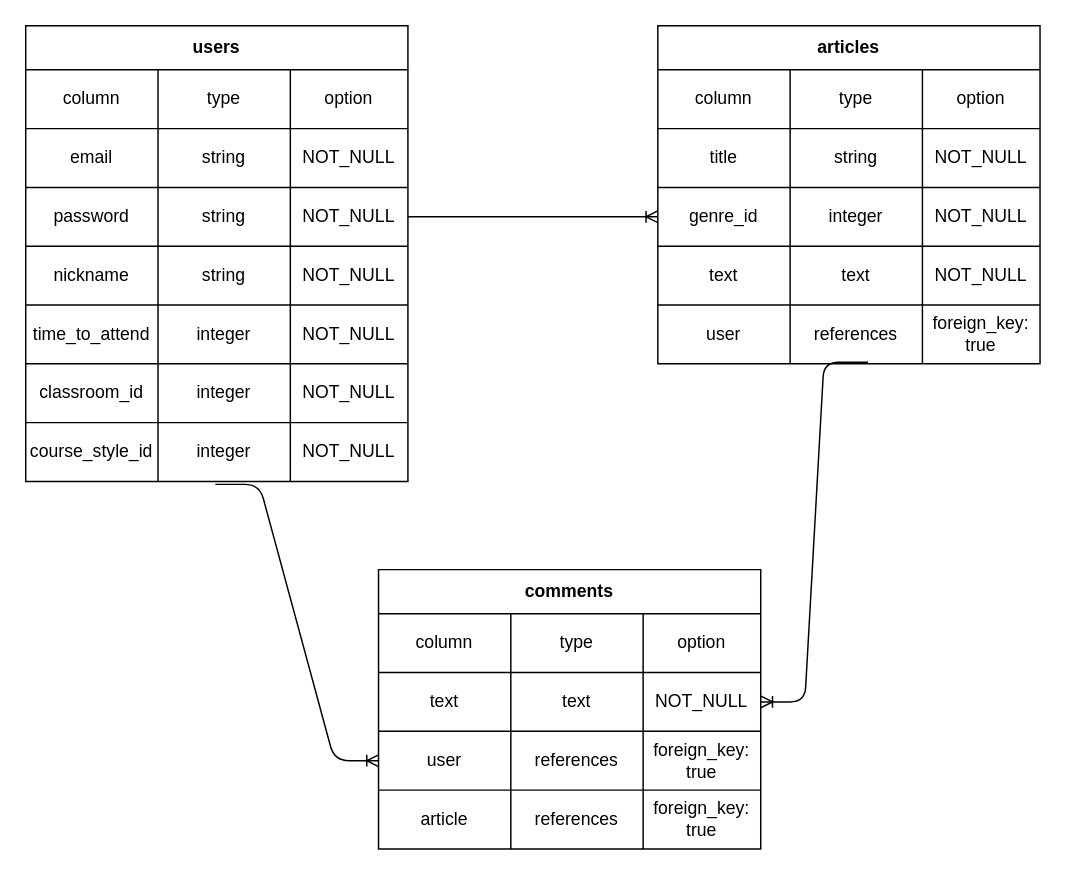
The draw.io diagram ER.dio in TAKAE1117/techcamp-community-app, before the edit. Source tidied: cells renumbered, new cells numbered last; positions are measured from the earlier drawing's top-left corner, leaving out a move shared by most shapes. Both pictures are drawn from the tidied source at 147%, with x=0, y=0 at pixel (25, 25).
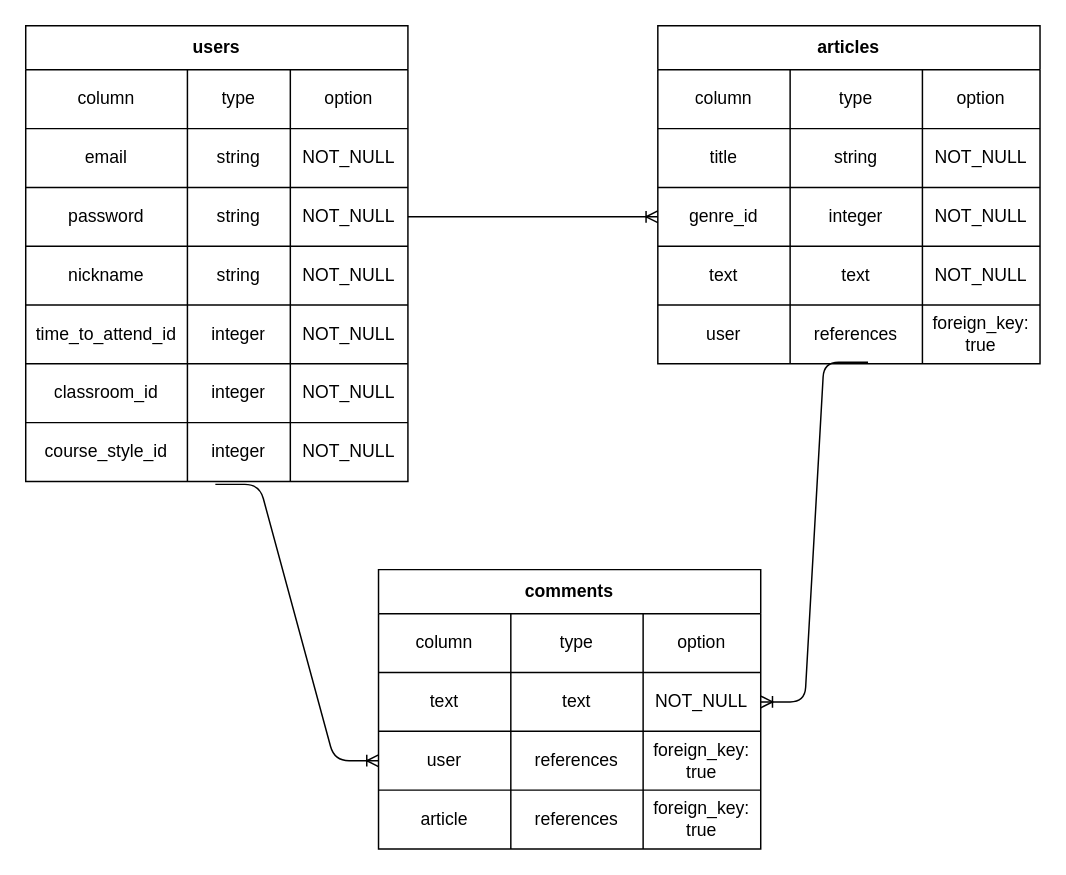
After the change.

The change refers to these unchanged cells:
```xml
<mxCell id="24" style="shape=partialRectangle;html=1;whiteSpace=wrap;fillColor=none;top=0;left=0;bottom=0;right=0;" parent="23" vertex="1">
  <mxGeometry y="30" width="260" height="40" as="geometry" />
</mxCell>
<mxCell id="28" style="shape=partialRectangle;html=1;whiteSpace=wrap;fillColor=none;top=0;left=0;bottom=0;right=0;" parent="23" vertex="1">
  <mxGeometry y="70" width="260" height="40" as="geometry" />
</mxCell>
<mxCell id="32" style="shape=partialRectangle;html=1;whiteSpace=wrap;fillColor=none;top=0;left=0;bottom=0;right=0;points=[[0,0.5],[1,0.5]];portConstraint=eastwest;" parent="23" vertex="1">
  <mxGeometry y="110" width="260" height="40" as="geometry" />
</mxCell>
<mxCell id="36" style="shape=partialRectangle;html=1;whiteSpace=wrap;fillColor=none;top=0;left=0;bottom=0;right=0;" parent="23" vertex="1">
  <mxGeometry y="150" width="260" height="40" as="geometry" />
</mxCell>
<mxCell id="40" style="shape=partialRectangle;html=1;whiteSpace=wrap;fillColor=none;top=0;left=0;bottom=0;right=0;" parent="23" vertex="1">
  <mxGeometry y="190" width="260" height="40" as="geometry" />
</mxCell>
<mxCell id="44" style="shape=partialRectangle;html=1;whiteSpace=wrap;fillColor=none;top=0;left=0;bottom=0;right=0;" parent="23" vertex="1">
  <mxGeometry y="230" width="260" height="40" as="geometry" />
</mxCell>
<mxCell id="48" style="shape=partialRectangle;html=1;whiteSpace=wrap;fillColor=none;top=0;left=0;bottom=0;right=0;" parent="23" vertex="1">
  <mxGeometry y="270" width="260" height="40" as="geometry" />
</mxCell>
```

Diff of the diagram source:
```diff
@@
     <mxCell id="25" value="column" style="shape=partialRectangle;html=1;whiteSpace=wrap;fillColor=none;top=0;left=0;bottom=0;right=0;overflow=hidden;" parent="24" vertex="1">
-      <mxGeometry width="90" height="40" as="geometry" />
+      <mxGeometry width="110" height="40" as="geometry" />
     </mxCell>
     <mxCell id="26" value="type" style="shape=partialRectangle;html=1;whiteSpace=wrap;fillColor=none;top=0;left=0;bottom=0;right=0;overflow=hidden;" parent="24" vertex="1">
-      <mxGeometry x="90" width="90" height="40" as="geometry" />
+      <mxGeometry x="110" width="70" height="40" as="geometry" />
     </mxCell>
@@
     <mxCell id="29" value="email" style="shape=partialRectangle;html=1;whiteSpace=wrap;fillColor=none;top=0;left=0;bottom=0;right=0;overflow=hidden;" parent="28" vertex="1">
-      <mxGeometry width="90" height="40" as="geometry" />
+      <mxGeometry width="110" height="40" as="geometry" />
     </mxCell>
     <mxCell id="30" value="string" style="shape=partialRectangle;html=1;whiteSpace=wrap;fillColor=none;top=0;left=0;bottom=0;right=0;overflow=hidden;" parent="28" vertex="1">
-      <mxGeometry x="90" width="90" height="40" as="geometry" />
+      <mxGeometry x="110" width="70" height="40" as="geometry" />
     </mxCell>
@@
     <mxCell id="33" value="password" style="shape=partialRectangle;html=1;whiteSpace=wrap;fillColor=none;top=0;left=0;bottom=0;right=0;overflow=hidden;" parent="32" vertex="1">
-      <mxGeometry width="90" height="40" as="geometry" />
+      <mxGeometry width="110" height="40" as="geometry" />
     </mxCell>
     <mxCell id="34" value="string" style="shape=partialRectangle;html=1;whiteSpace=wrap;fillColor=none;top=0;left=0;bottom=0;right=0;overflow=hidden;" parent="32" vertex="1">
-      <mxGeometry x="90" width="90" height="40" as="geometry" />
+      <mxGeometry x="110" width="70" height="40" as="geometry" />
     </mxCell>
@@
     <mxCell id="37" value="nickname" style="shape=partialRectangle;html=1;whiteSpace=wrap;fillColor=none;top=0;left=0;bottom=0;right=0;overflow=hidden;" parent="36" vertex="1">
-      <mxGeometry width="90" height="40" as="geometry" />
+      <mxGeometry width="110" height="40" as="geometry" />
     </mxCell>
     <mxCell id="38" value="string" style="shape=partialRectangle;html=1;whiteSpace=wrap;fillColor=none;top=0;left=0;bottom=0;right=0;overflow=hidden;" parent="36" vertex="1">
-      <mxGeometry x="90" width="90" height="40" as="geometry" />
+      <mxGeometry x="110" width="70" height="40" as="geometry" />
     </mxCell>
@@
-    <mxCell id="41" value="time_to_attend" style="shape=partialRectangle;html=1;whiteSpace=wrap;fillColor=none;top=0;left=0;bottom=0;right=0;overflow=hidden;" parent="40" vertex="1">
-      <mxGeometry width="90" height="40" as="geometry" />
+    <mxCell id="41" value="time_to_attend_id" style="shape=partialRectangle;html=1;whiteSpace=wrap;fillColor=none;top=0;left=0;bottom=0;right=0;overflow=hidden;" parent="40" vertex="1">
+      <mxGeometry width="110" height="40" as="geometry" />
     </mxCell>
     <mxCell id="42" value="integer" style="shape=partialRectangle;html=1;whiteSpace=wrap;fillColor=none;top=0;left=0;bottom=0;right=0;overflow=hidden;" parent="40" vertex="1">
-      <mxGeometry x="90" width="90" height="40" as="geometry" />
+      <mxGeometry x="110" width="70" height="40" as="geometry" />
     </mxCell>
@@
     <mxCell id="45" value="classroom_id" style="shape=partialRectangle;html=1;whiteSpace=wrap;fillColor=none;top=0;left=0;bottom=0;right=0;overflow=hidden;" parent="44" vertex="1">
-      <mxGeometry width="90" height="40" as="geometry" />
+      <mxGeometry width="110" height="40" as="geometry" />
     </mxCell>
     <mxCell id="46" value="integer" style="shape=partialRectangle;html=1;whiteSpace=wrap;fillColor=none;top=0;left=0;bottom=0;right=0;overflow=hidden;" parent="44" vertex="1">
-      <mxGeometry x="90" width="90" height="40" as="geometry" />
+      <mxGeometry x="110" width="70" height="40" as="geometry" />
     </mxCell>
@@
     <mxCell id="49" value="course_style_id" style="shape=partialRectangle;html=1;whiteSpace=wrap;fillColor=none;top=0;left=0;bottom=0;right=0;overflow=hidden;" parent="48" vertex="1">
-      <mxGeometry width="90" height="40" as="geometry" />
+      <mxGeometry width="110" height="40" as="geometry" />
     </mxCell>
     <mxCell id="50" value="integer" style="shape=partialRectangle;html=1;whiteSpace=wrap;fillColor=none;top=0;left=0;bottom=0;right=0;overflow=hidden;" parent="48" vertex="1">
-      <mxGeometry x="90" width="90" height="40" as="geometry" />
+      <mxGeometry x="110" width="70" height="40" as="geometry" />
     </mxCell>
```
